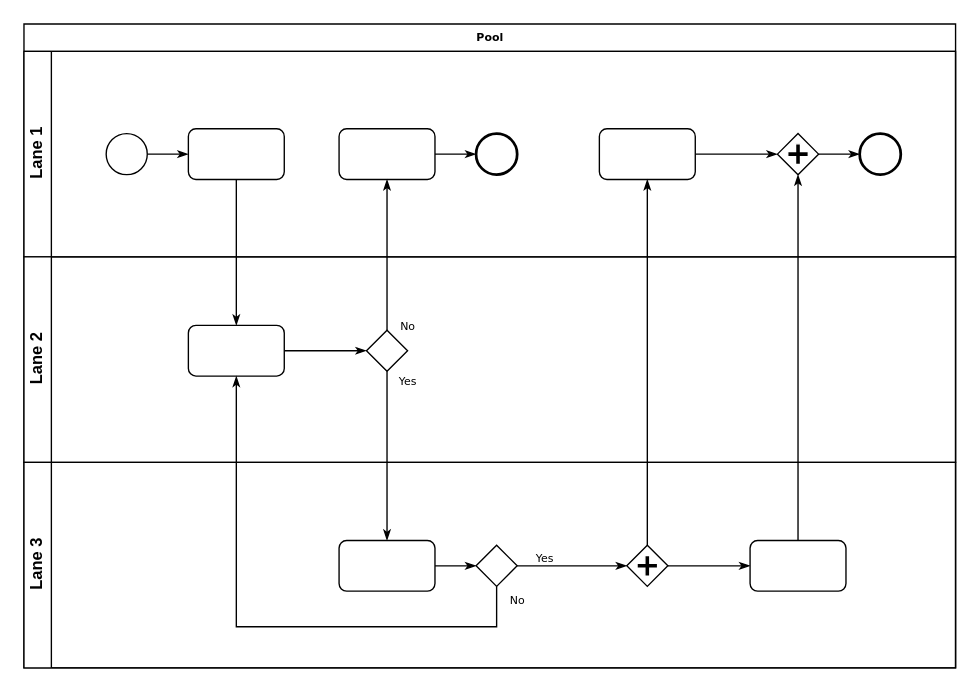
Before: 监控.drawio in MaskJS/draw.io, a draw.io diagram. Source tidied: cells renumbered, new cells numbered last; positions are measured from the earlier drawing's top-left corner, leaving out a move shared by most shapes. Both pictures are drawn from the tidied source at 137%, with x=0, y=0 at pixel (23, 23).
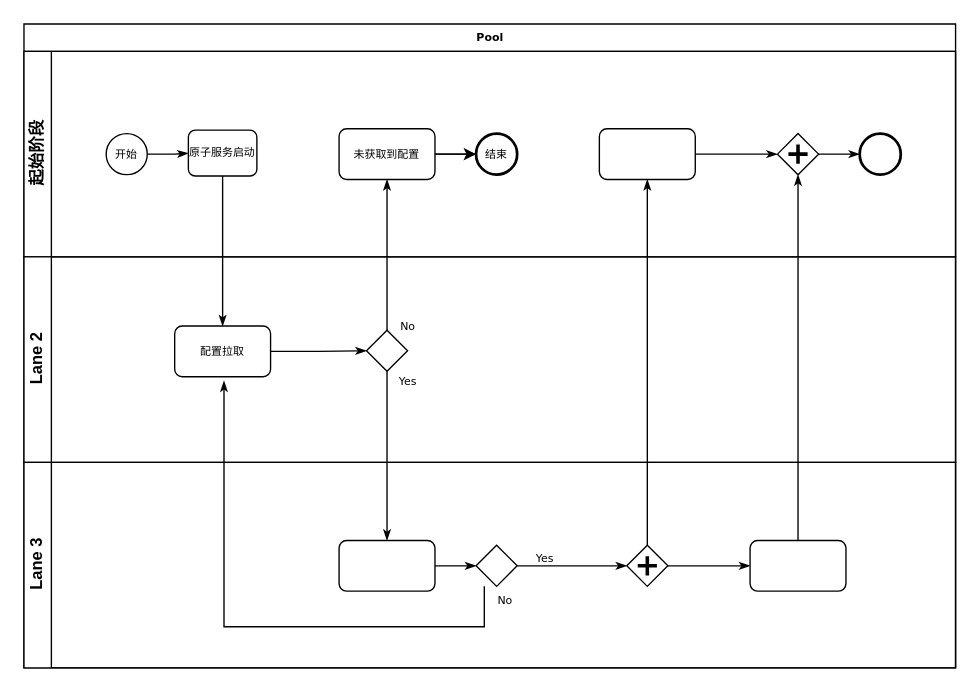
Above is the later version.

The change refers to these unchanged cells:
```xml
<mxCell id="2" value="Pool" style="swimlane;html=1;horizontal=1;startSize=20;rounded=0;shadow=0;labelBackgroundColor=none;strokeWidth=1;fontFamily=Verdana;fontSize=8;align=center;" parent="1" vertex="1">
  <mxGeometry width="680" height="470" as="geometry" />
</mxCell>
<mxCell id="15" value="Lane 2" style="swimlane;html=1;startSize=20;horizontal=0;" parent="2" vertex="1">
  <mxGeometry y="170" width="680" height="150" as="geometry" />
</mxCell>
<mxCell id="23" style="strokeWidth=1;html=1;shape=mxgraph.flowchart.decision;whiteSpace=wrap;rounded=1;shadow=0;labelBackgroundColor=none;fontFamily=Verdana;fontSize=8;align=center;" parent="19" vertex="1">
  <mxGeometry x="330" y="60.5" width="30" height="30" as="geometry" />
</mxCell>
```

The edit, as a diff of the source:
```diff
@@
-    <mxCell id="3" value="Lane 1" style="swimlane;html=1;startSize=20;horizontal=0;" parent="2" vertex="1">
+    <mxCell id="3" value="起始阶段" style="swimlane;html=1;startSize=20;horizontal=0;" parent="2" vertex="1">
       <mxGeometry y="20" width="680" height="150" as="geometry" />
     </mxCell>
@@
-    <mxCell id="5" style="ellipse;whiteSpace=wrap;html=1;rounded=0;shadow=0;labelBackgroundColor=none;strokeWidth=1;fontFamily=Verdana;fontSize=8;align=center;" parent="3" vertex="1">
+    <mxCell id="5" value="开始" style="ellipse;whiteSpace=wrap;html=1;rounded=0;shadow=0;labelBackgroundColor=none;strokeWidth=1;fontFamily=Verdana;fontSize=8;align=center;" parent="3" vertex="1">
       <mxGeometry x="60" y="60" width="30" height="30" as="geometry" />
     </mxCell>
-    <mxCell id="6" style="rounded=1;whiteSpace=wrap;html=1;shadow=0;labelBackgroundColor=none;strokeWidth=1;fontFamily=Verdana;fontSize=8;align=center;" parent="3" vertex="1">
-      <mxGeometry x="120" y="56.5" width="70" height="37" as="geometry" />
+    <mxCell id="6" value="原子服务启动" style="rounded=1;whiteSpace=wrap;html=1;shadow=0;labelBackgroundColor=none;strokeWidth=1;fontFamily=Verdana;fontSize=8;align=center;" parent="3" vertex="1">
+      <mxGeometry x="120" y="57.5" width="50" height="33.5" as="geometry" />
     </mxCell>
@@
+    <mxCell id="33" style="edgeStyle=orthogonalEdgeStyle;rounded=0;jettySize=auto;html=1;" parent="3" edge="1" source="8" target="9">
+      <mxGeometry relative="1" as="geometry" />
+    </mxCell>
-    <mxCell id="8" style="rounded=1;whiteSpace=wrap;html=1;shadow=0;labelBackgroundColor=none;strokeWidth=1;fontFamily=Verdana;fontSize=8;align=center;" parent="3" vertex="1">
+    <mxCell id="8" value="未获取到配置" style="rounded=1;whiteSpace=wrap;html=1;shadow=0;labelBackgroundColor=none;strokeWidth=1;fontFamily=Verdana;fontSize=8;align=center;" parent="3" vertex="1">
       <mxGeometry x="230" y="56.5" width="70" height="37" as="geometry" />
     </mxCell>
-    <mxCell id="9" style="ellipse;whiteSpace=wrap;html=1;rounded=0;shadow=0;labelBackgroundColor=none;strokeWidth=2;fontFamily=Verdana;fontSize=8;align=center;" parent="3" vertex="1">
+    <mxCell id="9" value="结束" style="ellipse;whiteSpace=wrap;html=1;rounded=0;shadow=0;labelBackgroundColor=none;strokeWidth=2;fontFamily=Verdana;fontSize=8;align=center;" parent="3" vertex="1">
       <mxGeometry x="330" y="60" width="30" height="30" as="geometry" />
     </mxCell>
@@
-    <mxCell id="17" style="rounded=1;whiteSpace=wrap;html=1;shadow=0;labelBackgroundColor=none;strokeWidth=1;fontFamily=Verdana;fontSize=8;align=center;" parent="15" vertex="1">
-      <mxGeometry x="120" y="50" width="70" height="37" as="geometry" />
+    <mxCell id="17" value="配置拉取" style="rounded=1;whiteSpace=wrap;html=1;shadow=0;labelBackgroundColor=none;strokeWidth=1;fontFamily=Verdana;fontSize=8;align=center;" parent="15" vertex="1">
+      <mxGeometry x="110" y="50.5" width="70" height="37" as="geometry" />
     </mxCell>
@@
-    <mxCell id="31" value="No" style="edgeStyle=orthogonalEdgeStyle;rounded=0;html=1;labelBackgroundColor=none;startArrow=none;startFill=0;startSize=5;endArrow=classicThin;endFill=1;endSize=5;jettySize=auto;strokeWidth=1;fontFamily=Verdana;fontSize=8;" parent="2" edge="1" source="23" target="17">
+    <mxCell id="31" value="No" style="edgeStyle=orthogonalEdgeStyle;rounded=0;html=1;labelBackgroundColor=none;startArrow=none;startFill=0;startSize=5;endArrow=classicThin;endFill=1;endSize=5;jettySize=auto;orthogonalLoop=1;strokeWidth=1;fontFamily=Verdana;fontSize=8;" parent="2" edge="1">
       <mxGeometry x="-0.95" y="15" relative="1" as="geometry">
+        <mxPoint x="336" y="410.5" as="sourcePoint" />
+        <mxPoint x="146" y="260.5" as="targetPoint" />
         <Array as="points">
-          <mxPoint x="345" y="440" />
-          <mxPoint x="155" y="440" />
+          <mxPoint x="336" y="440" />
+          <mxPoint x="146" y="440" />
         </Array>
       </mxGeometry>
     </mxCell>
```
